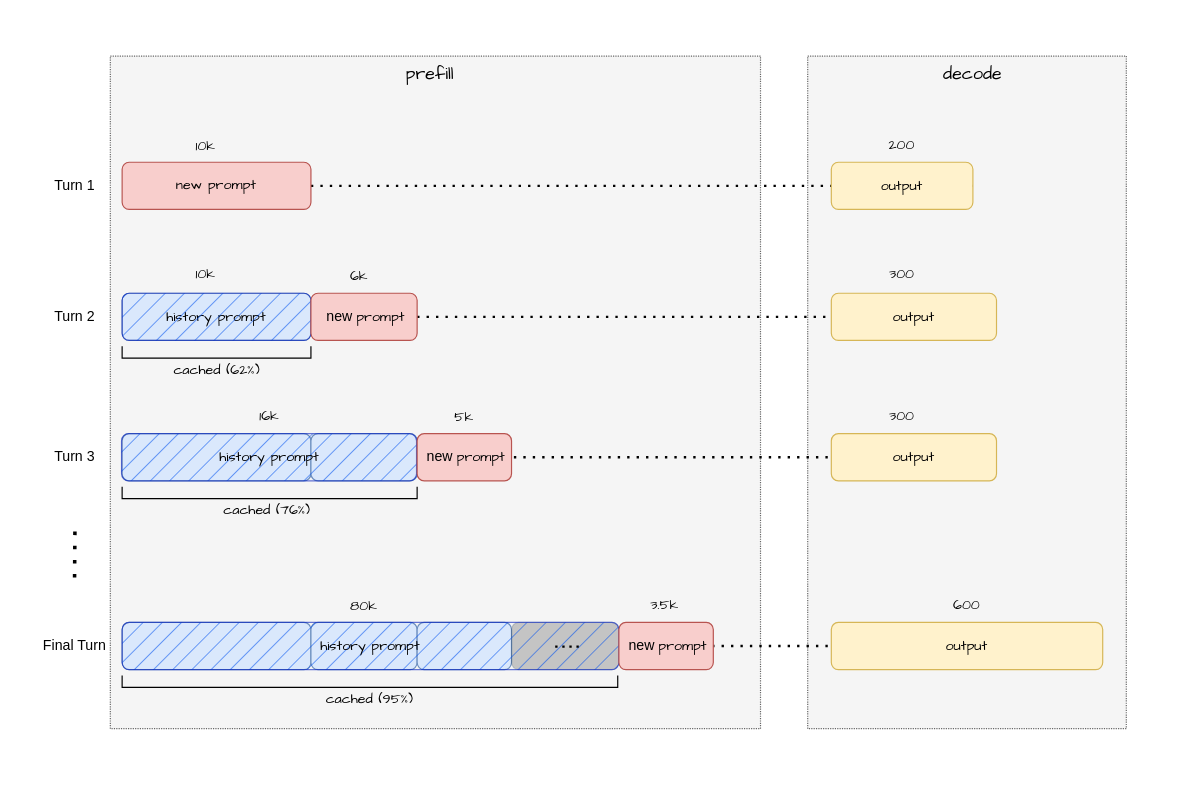
Earlier version of the draw.io diagram 多轮对话.drawio (zhoujing101/myproject). Source tidied: cells renumbered, new cells numbered last; positions are measured from the earlier drawing's top-left corner, leaving out a move shared by most shapes. Both pictures are drawn from the tidied source at 118%, with x=0, y=0 at pixel (39, 55).
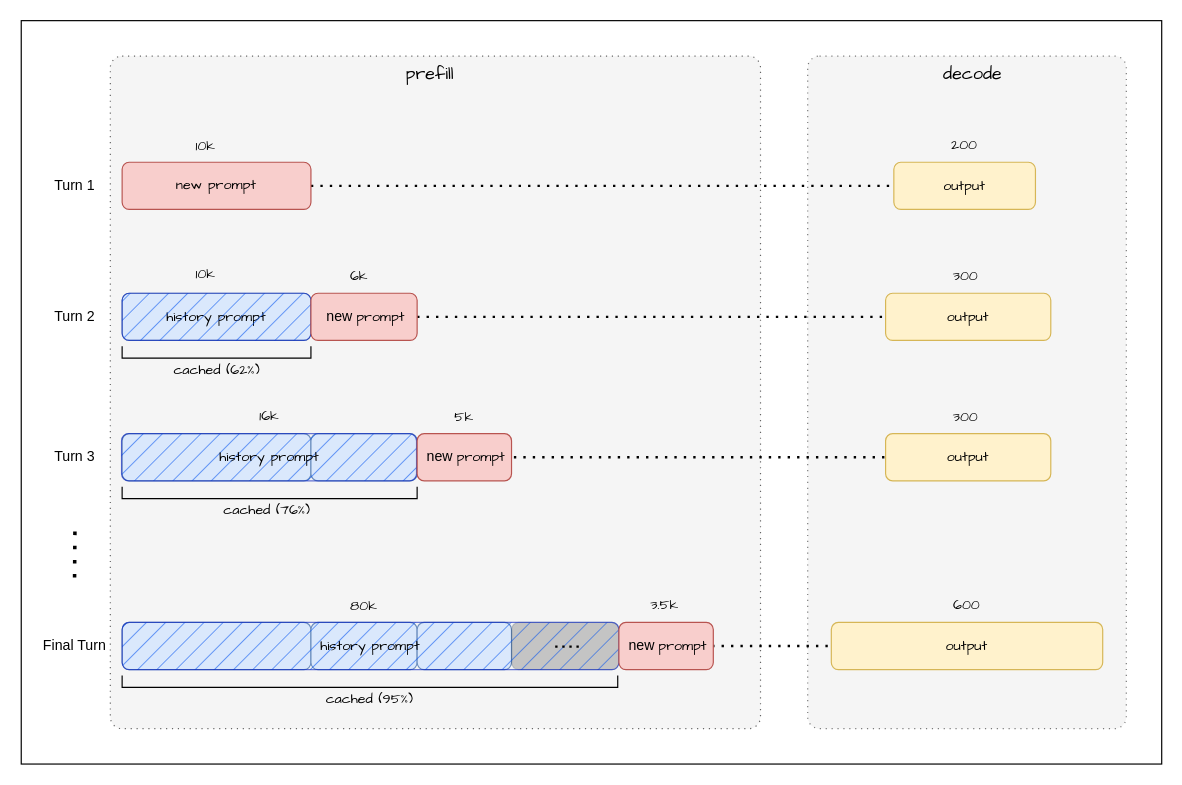
After the change.

Commit message:
更新多轮对话.drawio

What changed in the source:
```diff
@@
+    <mxCell id="52" style="rounded=0;whiteSpace=wrap;html=1;perimeterSpacing=0;gradientColor=none;glass=0;shadow=0;absoluteArcSize=1;arcSize=24;imageWidth=24;" parent="1" vertex="1">
+      <mxGeometry x="-15.5" y="-30" width="966.5" height="630" as="geometry" />
+    </mxCell>
-    <mxCell id="2" style="rounded=0;whiteSpace=wrap;html=1;hachureGap=4;fontFamily=Architects Daughter;dashed=1;dashPattern=1 1;fillColor=#f5f5f5;strokeColor=#666666;fontColor=#333333;" parent="1" vertex="1">
+    <mxCell id="2" style="rounded=1;whiteSpace=wrap;html=1;hachureGap=4;fontFamily=Architects Daughter;dashed=1;fillColor=#f5f5f5;strokeColor=light-dark(#797979, #ededed);fontColor=#333333;dashPattern=1 4;absoluteArcSize=1;" parent="1" vertex="1">
       <mxGeometry x="651" width="270" height="570" as="geometry" />
     </mxCell>
-    <mxCell id="3" style="rounded=0;whiteSpace=wrap;html=1;hachureGap=4;fontFamily=Architects Daughter;dashed=1;dashPattern=1 1;fillColor=#f5f5f5;fontColor=#333333;strokeColor=#666666;fillStyle=auto;" parent="1" vertex="1">
+    <mxCell id="3" style="rounded=1;whiteSpace=wrap;html=1;hachureGap=4;fontFamily=Architects Daughter;dashed=1;dashPattern=1 4;fillColor=#f5f5f5;fontColor=#333333;strokeColor=#666666;fillStyle=auto;absoluteArcSize=1;" parent="1" vertex="1">
       <mxGeometry x="60" width="551" height="570" as="geometry" />
     </mxCell>
     <mxCell id="4" style="endArrow=none;dashed=1;html=1;dashPattern=1 3;strokeWidth=2;rounded=1;" parent="1" edge="1" source="9">
       <mxGeometry relative="1" as="geometry">
-        <mxPoint x="775" y="110" as="targetPoint" />
+        <mxPoint x="828" y="110" as="targetPoint" />
       </mxGeometry>
     </mxCell>
@@
     <mxCell id="9" value="&lt;font face=&quot;Comic Sans MS&quot;&gt;output&lt;/font&gt;" style="rounded=1;whiteSpace=wrap;html=1;fillColor=#fff2cc;strokeColor=#d6b656;" parent="1" vertex="1">
-      <mxGeometry x="671" y="90" width="120" height="40" as="geometry" />
+      <mxGeometry x="724" y="90" width="120" height="40" as="geometry" />
     </mxCell>
     <mxCell id="10" value="&lt;font face=&quot;Comic Sans MS&quot;&gt;output&lt;/font&gt;" style="rounded=1;whiteSpace=wrap;html=1;fillColor=#fff2cc;strokeColor=#d6b656;" parent="1" vertex="1">
-      <mxGeometry x="671" y="201" width="140" height="40" as="geometry" />
+      <mxGeometry x="717" y="201" width="140" height="40" as="geometry" />
     </mxCell>
     <mxCell id="11" value="&lt;font face=&quot;Comic Sans MS&quot;&gt;output&lt;/font&gt;" style="rounded=1;whiteSpace=wrap;html=1;fillColor=#fff2cc;strokeColor=#d6b656;" parent="1" vertex="1">
-      <mxGeometry x="671" y="320" width="140" height="40" as="geometry" />
+      <mxGeometry x="717" y="320" width="140" height="40" as="geometry" />
     </mxCell>
@@
     <mxCell id="43" value="&lt;font face=&quot;Comic Sans MS&quot;&gt;200&lt;/font&gt;" style="text;html=1;whiteSpace=wrap;strokeColor=none;fillColor=none;align=center;verticalAlign=middle;rounded=1;" parent="1" vertex="1">
-      <mxGeometry x="701" y="60" width="60" height="30" as="geometry" />
+      <mxGeometry x="754" y="60" width="60" height="30" as="geometry" />
     </mxCell>
     <mxCell id="44" value="&lt;font face=&quot;Comic Sans MS&quot;&gt;300&lt;/font&gt;" style="text;html=1;whiteSpace=wrap;strokeColor=none;fillColor=none;align=center;verticalAlign=middle;rounded=1;" parent="1" vertex="1">
-      <mxGeometry x="701" y="170" width="60" height="30" as="geometry" />
+      <mxGeometry x="755" y="171" width="60" height="30" as="geometry" />
     </mxCell>
     <mxCell id="45" value="&lt;font face=&quot;Comic Sans MS&quot;&gt;300&lt;/font&gt;" style="text;html=1;whiteSpace=wrap;strokeColor=none;fillColor=none;align=center;verticalAlign=middle;rounded=1;" parent="1" vertex="1">
-      <mxGeometry x="701" y="290" width="60" height="30" as="geometry" />
+      <mxGeometry x="755" y="291" width="60" height="30" as="geometry" />
     </mxCell>
```
